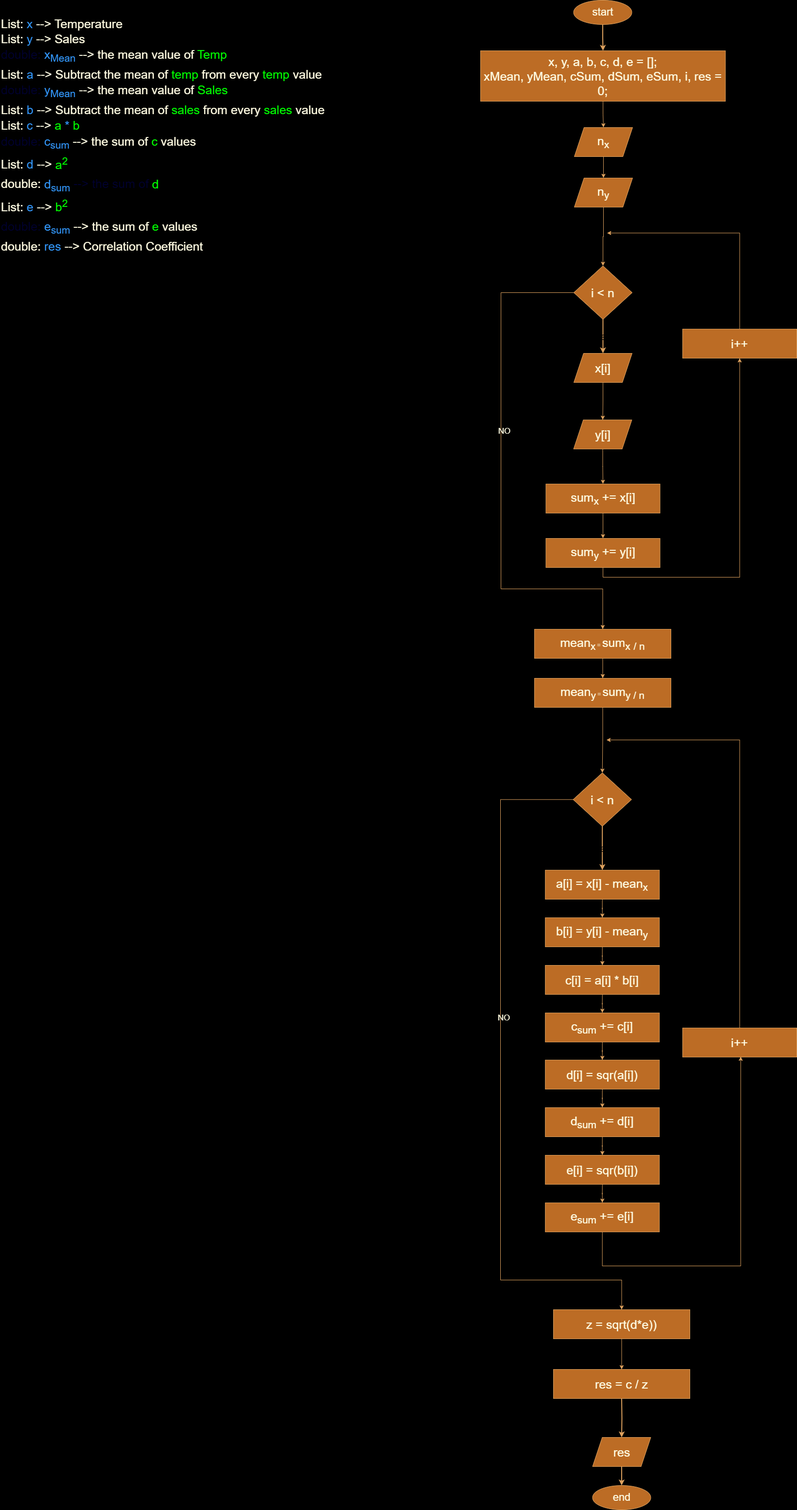
Before: Algorithms/Correlation.drawio.png, a diagram exported from draw.io (5alafawyyy/Cloud-Native-Base-Camp). Source tidied: cells renumbered, new cells last; positions are measured from the earlier drawing's top-left corner, leaving out a move shared by most shapes.
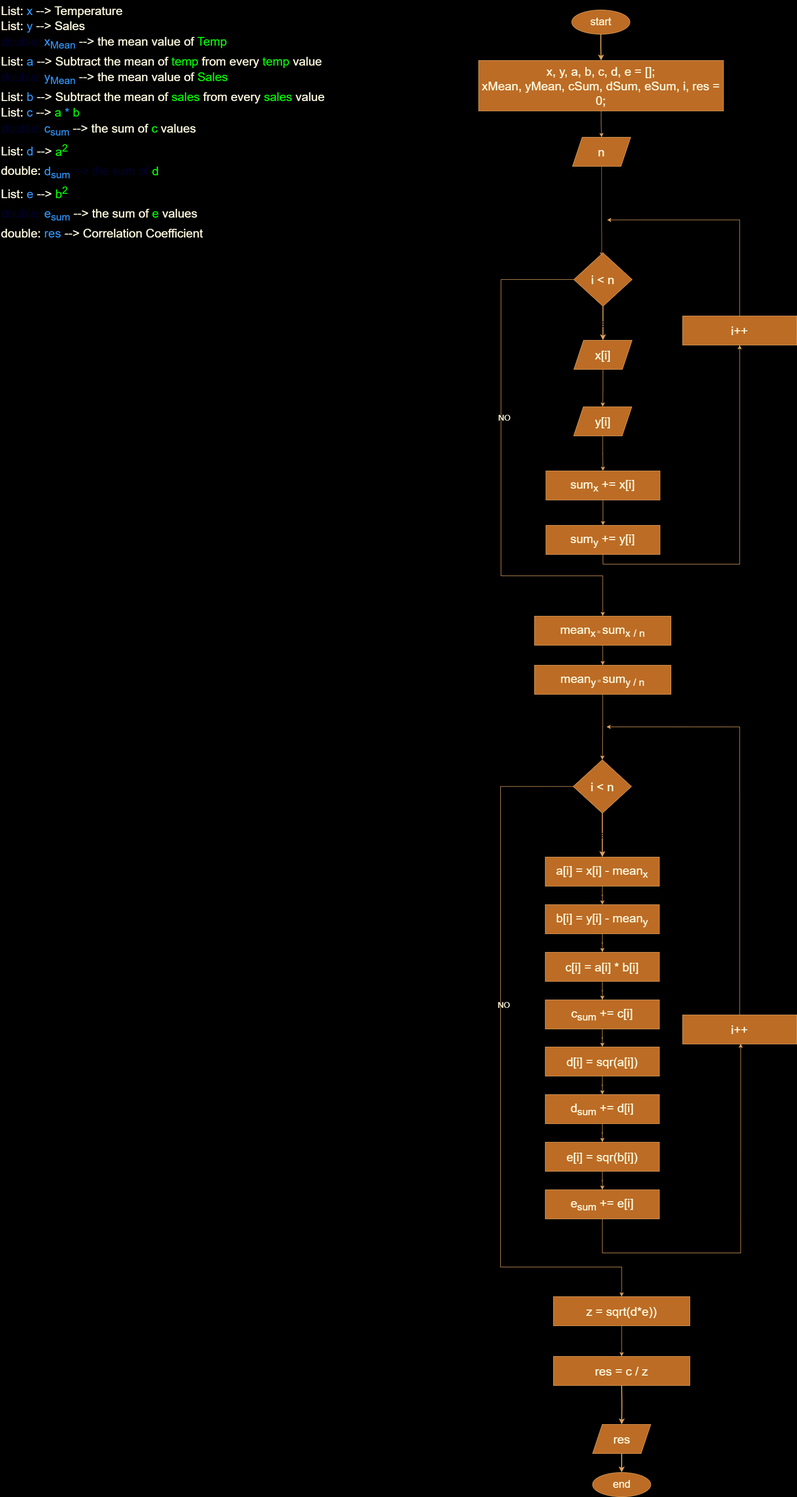
Above is the later version.

Diff of the diagram source:
```diff
@@ -6,19 +6,16 @@
       <mxGeometry relative="1" as="geometry" />
     </mxCell>
     <mxCell id="3" value="&lt;font style=&quot;font-size: 22px;&quot;&gt;start&lt;/font&gt;" style="ellipse;whiteSpace=wrap;html=1;labelBackgroundColor=none;fillColor=#BC6C25;strokeColor=#DDA15E;fontColor=#FEFAE0;" parent="1" vertex="1">
-      <mxGeometry x="1180.5" width="120" height="50" as="geometry" />
+      <mxGeometry x="1176.6" y="47" width="120" height="50" as="geometry" />
     </mxCell>
     <mxCell id="4" style="edgeStyle=orthogonalEdgeStyle;rounded=0;jettySize=auto;html=1;fontColor=default;labelBackgroundColor=none;strokeWidth=1;strokeColor=#DDA15E;" parent="1" edge="1" source="5" target="7">
       <mxGeometry relative="1" as="geometry" />
     </mxCell>
     <mxCell id="5" value="&lt;font style=&quot;font-size: 25px;&quot;&gt;x, y, a, b, c, d, e = [];&lt;br&gt;xMean, yMean, cSum, dSum, eSum, i, res = 0;&lt;br&gt;&lt;/font&gt;" style="rounded=0;whiteSpace=wrap;html=1;labelBackgroundColor=none;fillColor=#BC6C25;strokeColor=#DDA15E;fontColor=#FEFAE0;" parent="1" vertex="1">
-      <mxGeometry x="988.9" y="104" width="504.2" height="104" as="geometry" />
+      <mxGeometry x="985" y="151" width="504.2" height="104" as="geometry" />
     </mxCell>
-    <mxCell id="6" style="edgeStyle=orthogonalEdgeStyle;rounded=0;jettySize=auto;html=1;entryX=0.5;entryY=0;entryDx=0;entryDy=0;labelBackgroundColor=none;strokeColor=#DDA15E;fontColor=default;" parent="1" edge="1" source="7" target="23">
-      <mxGeometry relative="1" as="geometry" />
-    </mxCell>
-    <mxCell id="7" value="&lt;span style=&quot;font-size: 25px;&quot;&gt;n&lt;sub&gt;x&lt;/sub&gt;&lt;/span&gt;" style="shape=parallelogram;perimeter=parallelogramPerimeter;whiteSpace=wrap;html=1;fixedSize=1;labelBackgroundColor=none;fillColor=#BC6C25;strokeColor=#DDA15E;fontColor=#FEFAE0;" parent="1" vertex="1">
-      <mxGeometry x="1182" y="262" width="120" height="60" as="geometry" />
+    <mxCell id="7" value="&lt;span style=&quot;font-size: 25px;&quot;&gt;n&lt;/span&gt;" style="shape=parallelogram;perimeter=parallelogramPerimeter;whiteSpace=wrap;html=1;fixedSize=1;labelBackgroundColor=none;fillColor=#BC6C25;strokeColor=#DDA15E;fontColor=#FEFAE0;" parent="1" vertex="1">
+      <mxGeometry x="1178.1" y="309" width="120" height="60" as="geometry" />
     </mxCell>
     <mxCell id="8" value="&lt;font style=&quot;font-size: 20px;&quot;&gt;Yes&lt;/font&gt;" style="edgeStyle=orthogonalEdgeStyle;rounded=0;jettySize=auto;html=1;fontColor=default;labelBackgroundColor=none;strokeWidth=2;strokeColor=#DDA15E;" parent="1" edge="1" source="11" target="13">
       <mxGeometry relative="1" as="geometry" />
@@ -77,12 +74,6 @@
     <mxCell id="21" value="&lt;span style=&quot;font-size: 22px;&quot;&gt;end&lt;/span&gt;" style="ellipse;whiteSpace=wrap;html=1;labelBackgroundColor=none;fillColor=#BC6C25;strokeColor=#DDA15E;fontColor=#FEFAE0;" parent="1" vertex="1">
       <mxGeometry x="1219.5" y="3058" width="120" height="50" as="geometry" />
     </mxCell>
-    <mxCell id="22" style="edgeStyle=orthogonalEdgeStyle;rounded=0;jettySize=auto;html=1;entryX=0.5;entryY=0;entryDx=0;entryDy=0;labelBackgroundColor=none;strokeColor=#DDA15E;fontColor=default;" parent="1" edge="1" source="23" target="11">
-      <mxGeometry relative="1" as="geometry" />
-    </mxCell>
-    <mxCell id="23" value="&lt;span style=&quot;font-size: 25px;&quot;&gt;n&lt;sub&gt;y&lt;/sub&gt;&lt;/span&gt;" style="shape=parallelogram;perimeter=parallelogramPerimeter;whiteSpace=wrap;html=1;fixedSize=1;labelBackgroundColor=none;fillColor=#BC6C25;strokeColor=#DDA15E;fontColor=#FEFAE0;" parent="1" vertex="1">
-      <mxGeometry x="1182" y="366" width="120" height="60" as="geometry" />
-    </mxCell>
     <mxCell id="24" style="edgeStyle=orthogonalEdgeStyle;rounded=0;jettySize=auto;html=1;entryX=0.5;entryY=0;entryDx=0;entryDy=0;labelBackgroundColor=none;strokeColor=#DDA15E;fontColor=default;" parent="1" edge="1" source="25" target="15">
       <mxGeometry relative="1" as="geometry" />
     </mxCell>
@@ -209,5 +200,8 @@
     <mxCell id="58" value="&lt;span style=&quot;font-size: 25px;&quot;&gt;res = c / z&lt;br&gt;&lt;/span&gt;" style="rounded=0;whiteSpace=wrap;html=1;labelBackgroundColor=none;fillColor=#BC6C25;strokeColor=#DDA15E;fontColor=#FEFAE0;" parent="1" vertex="1">
       <mxGeometry x="1139" y="2819" width="281" height="60" as="geometry" />
     </mxCell>
+    <mxCell id="59" style="edgeStyle=orthogonalEdgeStyle;rounded=0;jettySize=auto;html=1;entryX=0.48;entryY=0.069;entryDx=0;entryDy=0;entryPerimeter=0;strokeColor=#c17c3f;" parent="1" edge="1" source="7" target="11">
+      <mxGeometry relative="1" as="geometry" />
+    </mxCell>
   </root>
 </mxGraphModel>
```
